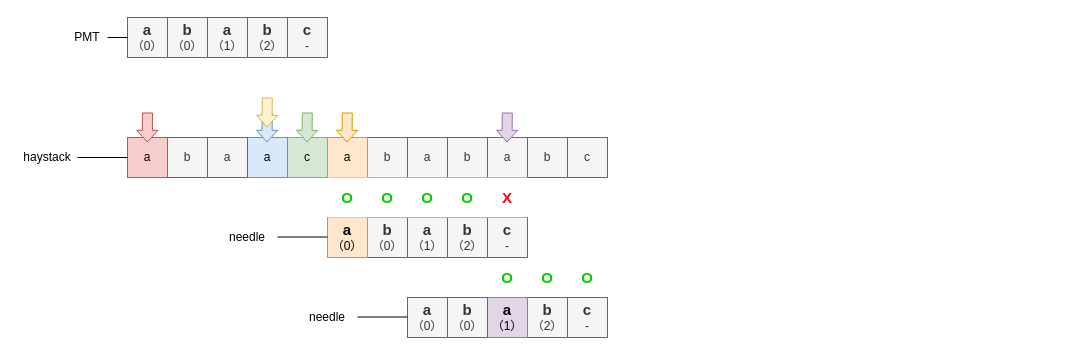
The draw.io diagram page "第 14 页" (14 of 14) of docs/0028_find_the_index_of_the_first_occurrence_in_a_string.drawio in rickbsr/example-leetcode, before the edit. Source tidied: cells renumbered, new cells numbered last; positions are measured from the earlier drawing's top-left corner, leaving out a move shared by most shapes. Both pictures are drawn from the tidied source at 100%, with x=0, y=0 at pixel (17, 17).
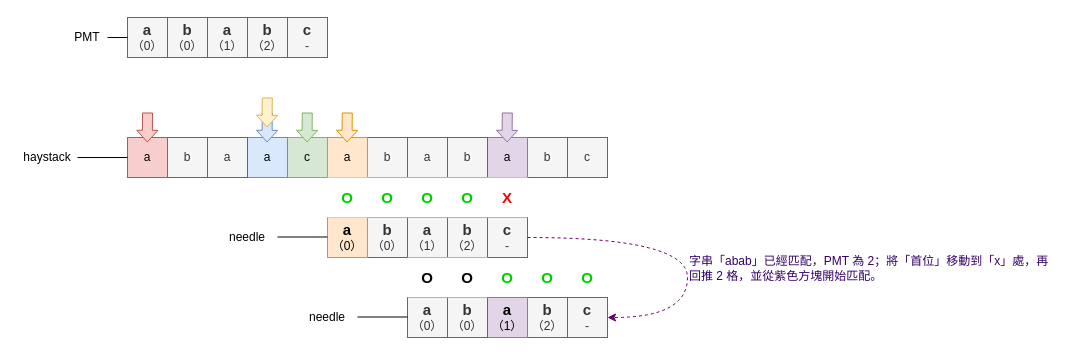
The same page after the edit.

Change to the diagram source:
```diff
@@
-    <mxCell id="7" value="a" style="rounded=0;whiteSpace=wrap;html=1;fillColor=#f5f5f5;strokeColor=#666666;fontColor=#333333;" parent="1" vertex="1">
+    <mxCell id="7" value="a" style="rounded=0;whiteSpace=wrap;html=1;fillColor=#e1d5e7;strokeColor=#9673a6;" parent="1" vertex="1">
       <mxGeometry x="470" y="120" width="40" height="40" as="geometry" />
     </mxCell>
@@
+    <mxCell id="51" style="endArrow=classic;html=1;rounded=0;entryX=1;entryY=0.5;entryDx=0;entryDy=0;edgeStyle=orthogonalEdgeStyle;curved=1;strokeColor=#660066;dashed=1;exitX=1;exitY=0.5;exitDx=0;exitDy=0;fontColor=#330066;" parent="1" edge="1">
+      <mxGeometry relative="1" as="geometry">
+        <mxPoint x="510" y="220" as="sourcePoint" />
+        <mxPoint x="590" y="300" as="targetPoint" />
+        <Array as="points">
+          <mxPoint x="670" y="220" />
+          <mxPoint x="670" y="300" />
+        </Array>
+      </mxGeometry>
+    </mxCell>
+    <mxCell id="52" value="&lt;font&gt;字串「abab」已經匹配，PMT 為 2；將「首位」移動到「x」處，再回推 2 格，並從紫色方塊開始匹配。&lt;br&gt;&lt;/font&gt;" style="text;html=1;strokeColor=none;fillColor=none;align=left;verticalAlign=middle;whiteSpace=wrap;rounded=0;fontColor=#330066;" parent="1" vertex="1">
+      <mxGeometry x="670" y="222.5" width="365" height="57.5" as="geometry" />
+    </mxCell>
+    <mxCell id="53" value="&lt;font style=&quot;font-size: 15px;&quot;&gt;&lt;b&gt;O&lt;/b&gt;&lt;/font&gt;" style="rounded=0;whiteSpace=wrap;html=1;fontSize=15;strokeColor=none;fontColor=#000000;" parent="1" vertex="1">
+      <mxGeometry x="390" y="240" width="40" height="40" as="geometry" />
+    </mxCell>
+    <mxCell id="54" value="&lt;font style=&quot;font-size: 15px;&quot;&gt;&lt;b&gt;O&lt;/b&gt;&lt;/font&gt;" style="rounded=0;whiteSpace=wrap;html=1;fontSize=15;strokeColor=none;fontColor=#000000;" parent="1" vertex="1">
+      <mxGeometry x="430" y="240" width="40" height="40" as="geometry" />
+    </mxCell>
```
